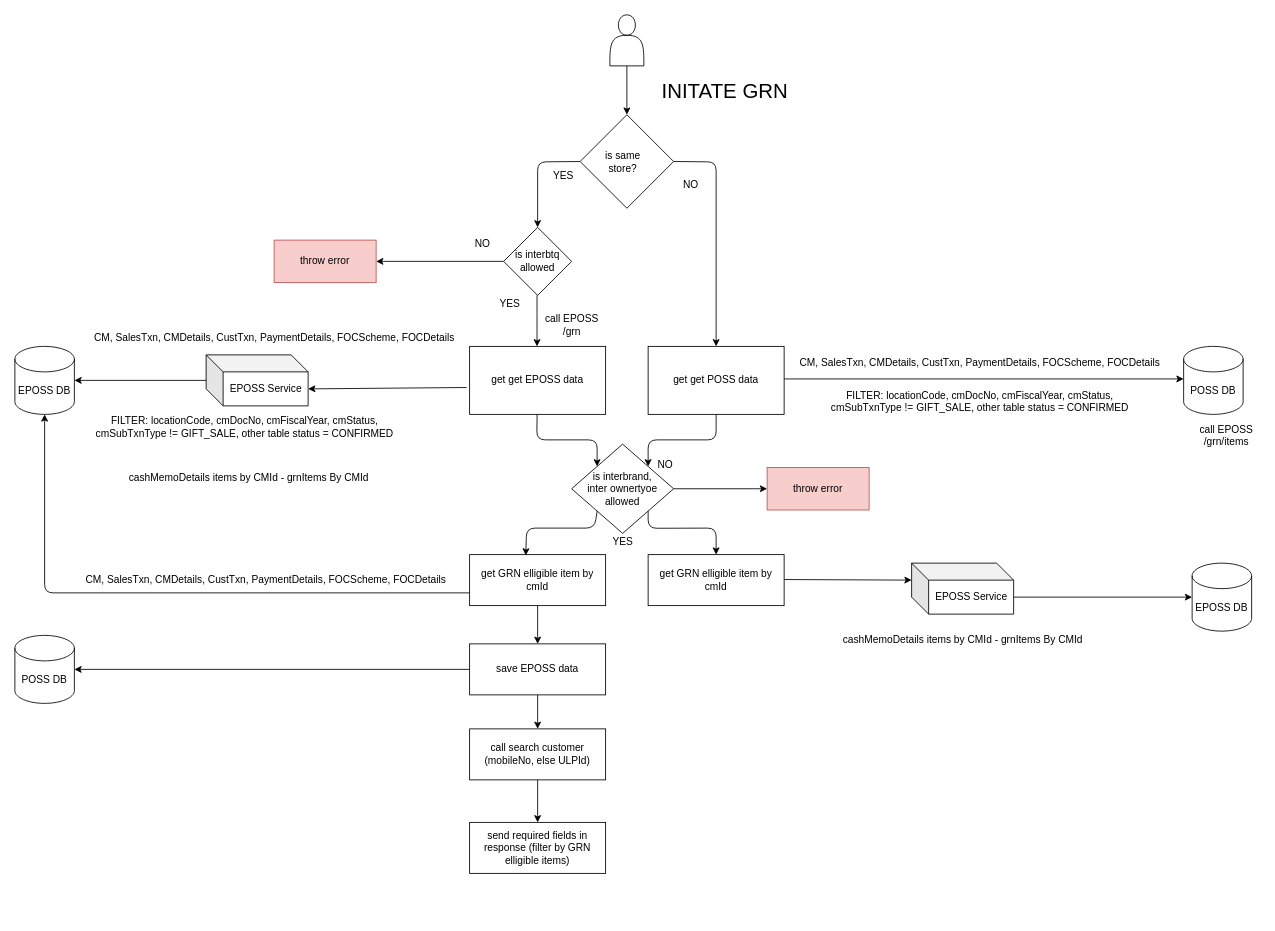
Above: grn-initate.drawio in satishpatro44/satish_patro (draw.io), before the change. Source tidied: cells renumbered, new cells numbered last; positions are measured from the earlier drawing's top-left corner, leaving out a move shared by most shapes. Both pictures are drawn from the tidied source at 85%, with x=0, y=0 at pixel (14, 14).
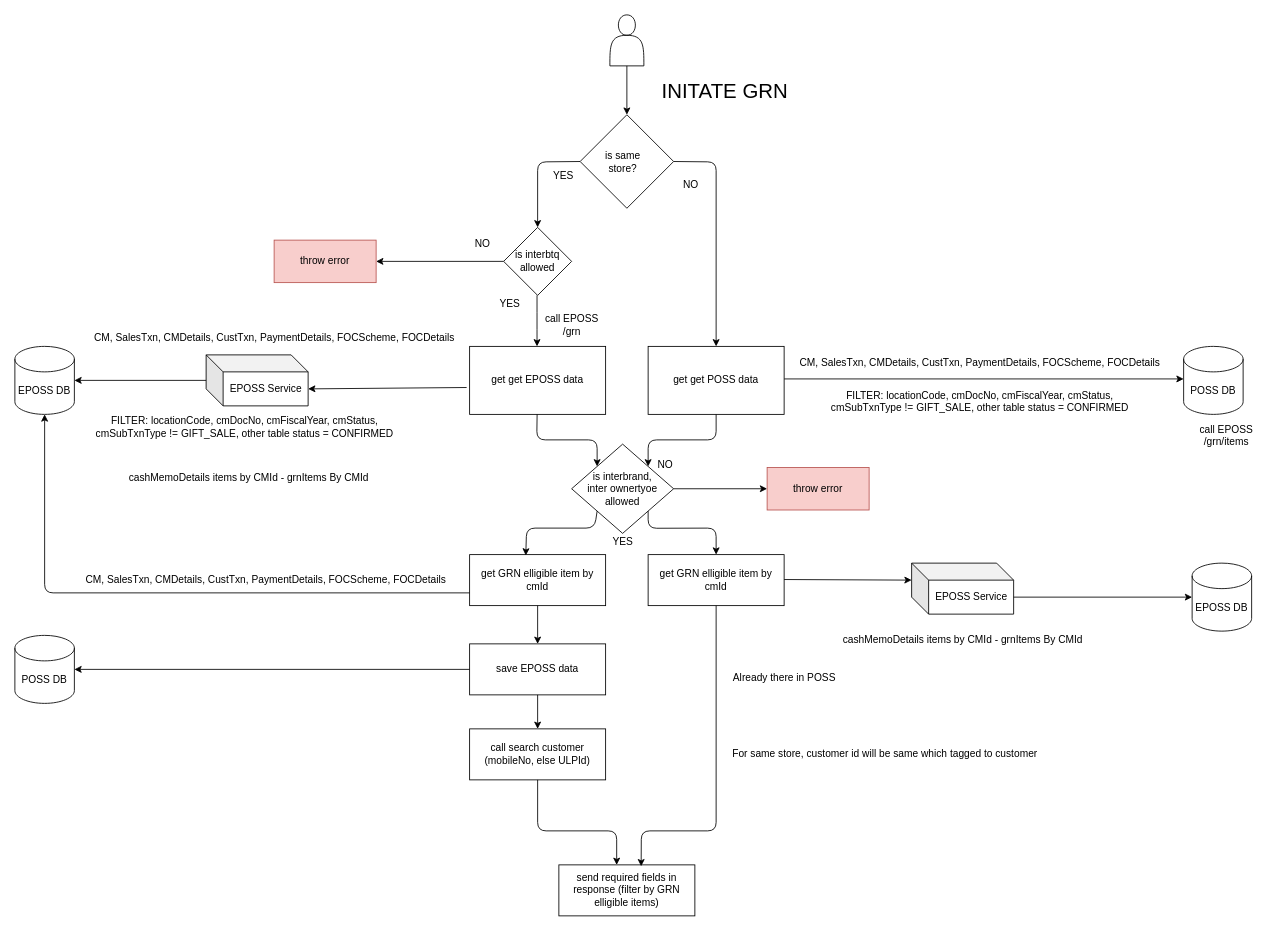
Above is the later version.

The change refers to these unchanged cells:
```xml
<mxCell id="28" value="get GRN elligible item by cmId" style="rounded=0;whiteSpace=wrap;html=1;" parent="1" vertex="1">
  <mxGeometry x="745" y="635" width="160" height="60" as="geometry" />
</mxCell>
<mxCell id="57" value="call search customer&lt;br&gt;(mobileNo, else ULPId)" style="rounded=0;whiteSpace=wrap;html=1;" parent="1" vertex="1">
  <mxGeometry x="535" y="840" width="160" height="60" as="geometry" />
</mxCell>
```

What changed in the source:
```diff
@@
     <mxCell id="17" value="send required fields in response (filter by GRN elligible items)" style="rounded=0;whiteSpace=wrap;html=1;" parent="1" vertex="1">
-      <mxGeometry x="535" y="950" width="160" height="60" as="geometry" />
+      <mxGeometry x="640" y="1000" width="160" height="60" as="geometry" />
     </mxCell>
@@
-    <mxCell id="59" style="endArrow=classic;html=1;exitX=0.5;exitY=1;exitDx=0;exitDy=0;entryX=0.5;entryY=0;entryDx=0;entryDy=0;" parent="1" edge="1" source="57" target="17">
-      <mxGeometry relative="1" as="geometry" />
+    <mxCell id="59" style="endArrow=classic;html=1;exitX=0.5;exitY=1;exitDx=0;exitDy=0;entryX=0.425;entryY=0.001;entryDx=0;entryDy=0;entryPerimeter=0;" parent="1" edge="1" source="57" target="17">
+      <mxGeometry relative="1" as="geometry">
+        <Array as="points">
+          <mxPoint x="615" y="960" />
+          <mxPoint x="708" y="960" />
+        </Array>
+      </mxGeometry>
     </mxCell>
+    <mxCell id="60" value="For same store, customer id will be same which tagged to customer&amp;nbsp;" style="text;html=1;align=center;verticalAlign=middle;" parent="1" vertex="1">
+      <mxGeometry x="835" y="860" width="380" height="20" as="geometry" />
+    </mxCell>
+    <mxCell id="61" style="endArrow=classic;html=1;exitX=0.5;exitY=1;exitDx=0;exitDy=0;entryX=0.605;entryY=0.028;entryDx=0;entryDy=0;entryPerimeter=0;" parent="1" edge="1" source="28" target="17">
+      <mxGeometry relative="1" as="geometry">
+        <Array as="points">
+          <mxPoint x="825" y="960" />
+          <mxPoint x="737" y="960" />
+        </Array>
+      </mxGeometry>
+    </mxCell>
+    <mxCell id="62" value="Already there in POSS&lt;br&gt;" style="text;html=1;align=center;verticalAlign=middle;" parent="1" vertex="1">
+      <mxGeometry x="835" y="770" width="140" height="20" as="geometry" />
+    </mxCell>
```
